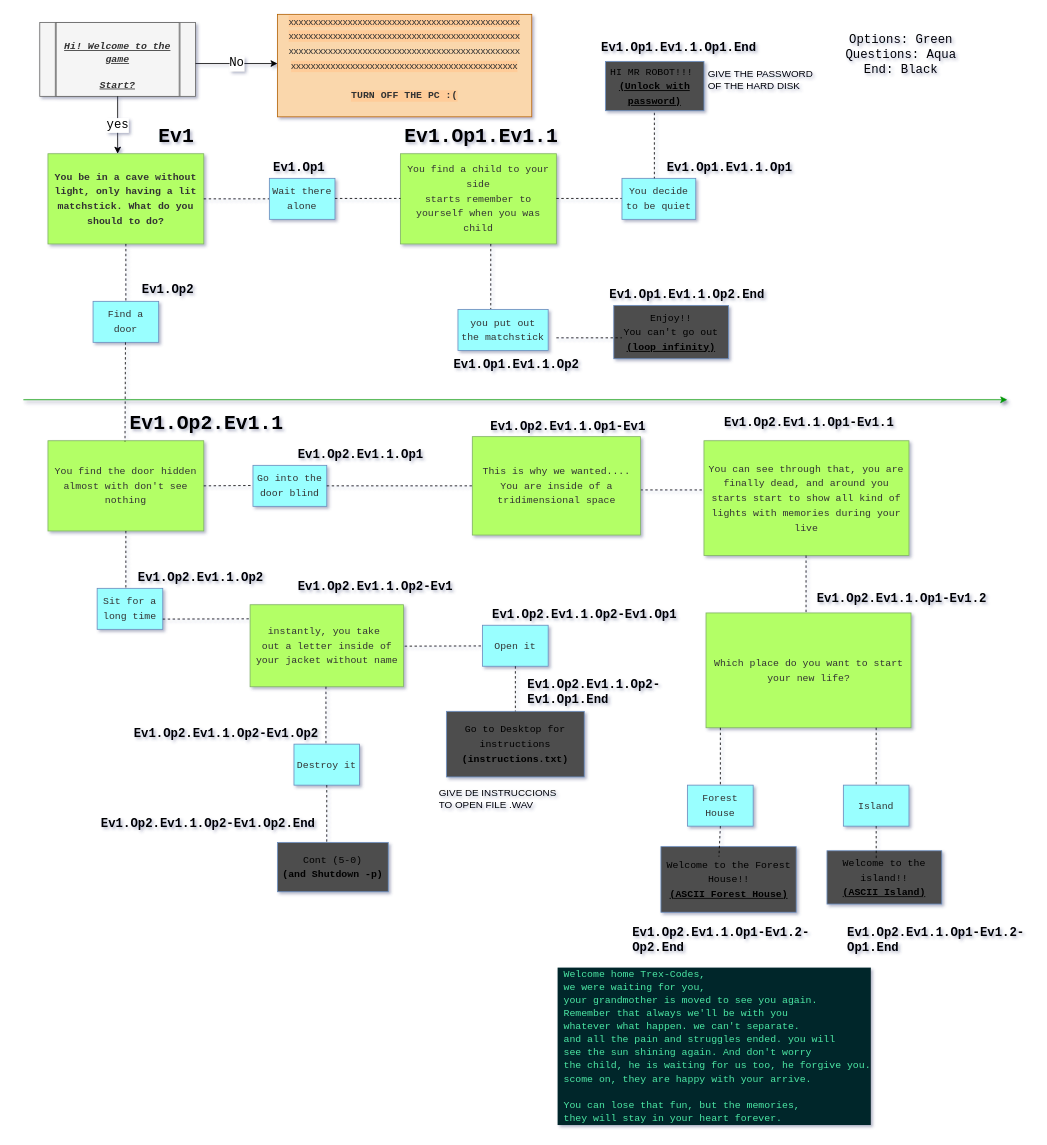
Earlier version of the draw.io diagram file.drawio (Trex-Codes/Find-The-Exit). Source tidied: cells renumbered, new cells numbered last; positions are measured from the earlier drawing's top-left corner, leaving out a move shared by most shapes. Both pictures are drawn from the tidied source at 82%, with x=0, y=0 at pixel (23, 14).
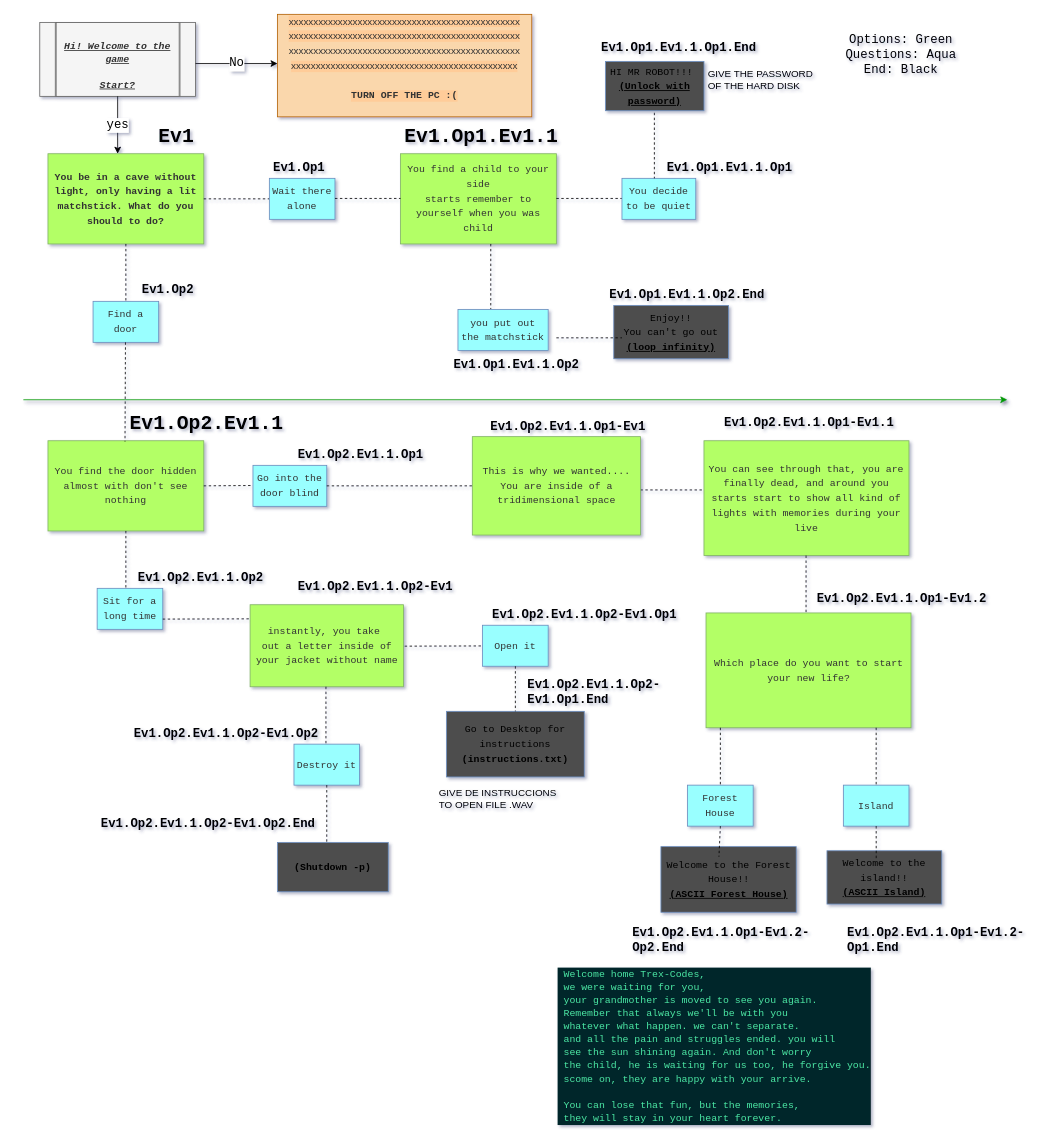
Above is the later version.

Change to the diagram source:
```diff
@@
-    <mxCell id="64" value="&lt;div&gt;&lt;font style=&quot;font-size: 12px&quot;&gt;Cont (5-0)&lt;/font&gt;&lt;/div&gt;&lt;div&gt;&lt;font style=&quot;font-size: 12px&quot;&gt;&lt;b&gt;(and Shutdown -p)&lt;/b&gt;&lt;/font&gt;&lt;/div&gt;" style="rounded=0;whiteSpace=wrap;html=1;fontFamily=Courier New;fontSize=15;fillColor=#4D4D4D;strokeColor=#6c8ebf;" parent="1" vertex="1">
+    <mxCell id="64" value="&lt;div&gt;&lt;b style=&quot;font-size: 12px&quot;&gt;(Shutdown -p)&lt;/b&gt;&lt;br&gt;&lt;/div&gt;" style="rounded=0;whiteSpace=wrap;html=1;fontFamily=Courier New;fontSize=15;fillColor=#4D4D4D;strokeColor=#6c8ebf;" parent="1" vertex="1">
       <mxGeometry x="310" y="1010" width="135" height="60" as="geometry" />
     </mxCell>
```
